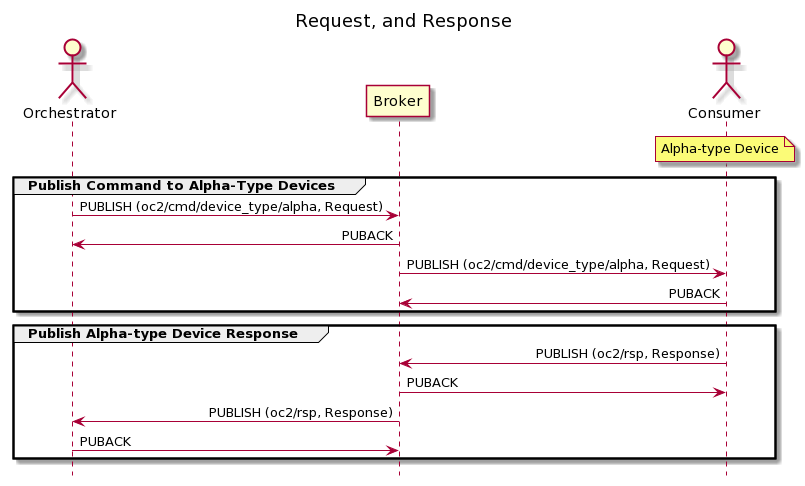
This is images/req_rsp.png from oasis-tcs/openc2-transf-mqtt, a PlantUML export, as it was before one commit. Source of this version:
```plantuml
@startuml

hide footbox
skinparam sequenceMessageAlign direction
Title Request, and Response
actor Orchestrator as O
participant Broker as B
actor Consumer as C
note over C: Alpha-type Device

group Publish Command to Alpha-Type Devices
O -> B : PUBLISH (oc2/cmd/device_type/alpha, Request)
B -> O : PUBACK
B -> C : PUBLISH (oc2/cmd/device_type/alpha, Request)
C -> B: PUBACK
end
group Publish Alpha-type Device Response
C -> B : PUBLISH (oc2/rsp, Response)
B -> C : PUBACK
B -> O : PUBLISH (oc2/rsp, Response)
O -> B : PUBACK
end
@enduml
```
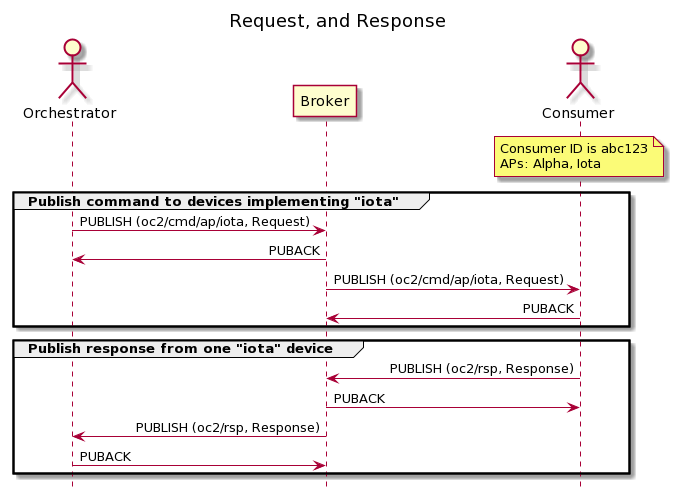
The same file after the commit.

What changed in the source:
```diff
@@ -6,15 +6,18 @@
 actor Orchestrator as O
 participant Broker as B
 actor Consumer as C
-note over C: Alpha-type Device
 
-group Publish Command to Alpha-Type Devices
-O -> B : PUBLISH (oc2/cmd/device_type/alpha, Request)
+note over C: Consumer ID is abc123\nAPs: Alpha, Iota
+
+
+
+group Publish command to devices implementing "iota"
+O -> B : PUBLISH (oc2/cmd/ap/iota, Request)
 B -> O : PUBACK
-B -> C : PUBLISH (oc2/cmd/device_type/alpha, Request)
+B -> C : PUBLISH (oc2/cmd/ap/iota, Request)
 C -> B: PUBACK
 end
-group Publish Alpha-type Device Response
+group Publish response from one "iota" device
 C -> B : PUBLISH (oc2/rsp, Response)
 B -> C : PUBACK
 B -> O : PUBLISH (oc2/rsp, Response)
```
